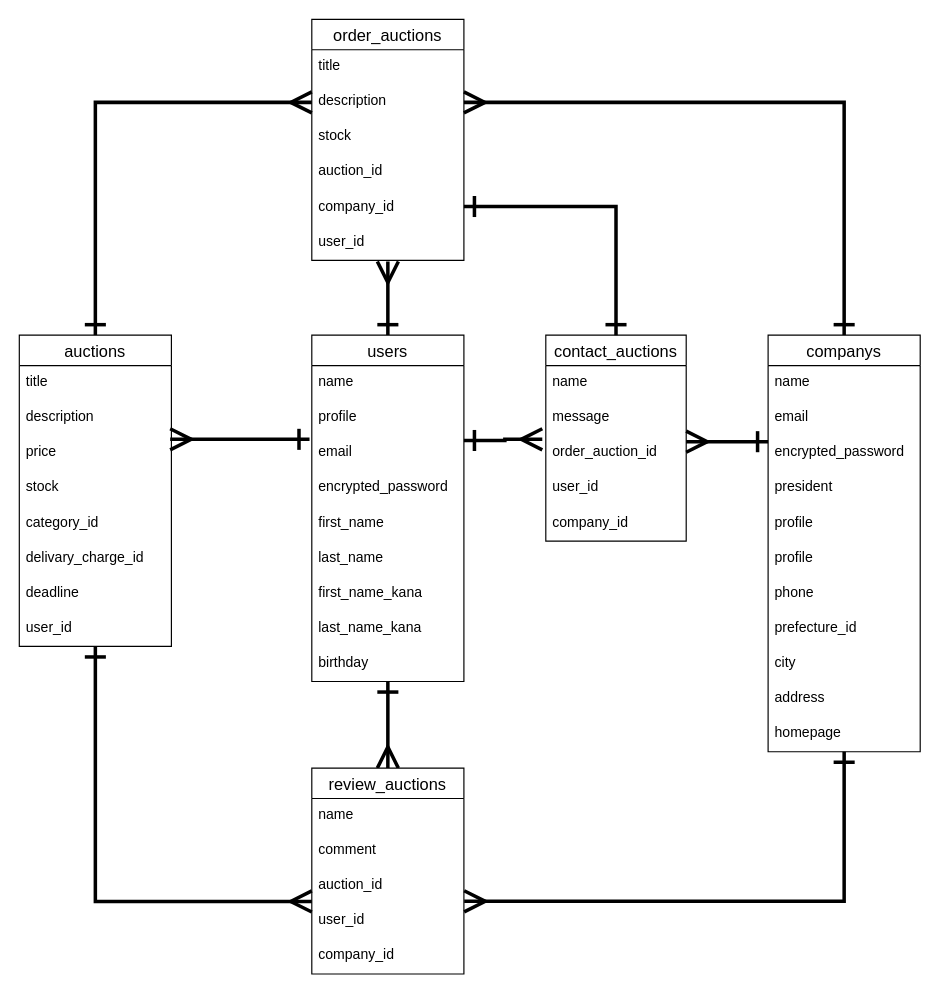
Earlier version of the draw.io diagram DB_ER_Auction.dio (Sashimi0343/losstop). Source tidied: cells renumbered, new cells numbered last; positions are measured from the earlier drawing's top-left corner, leaving out a move shared by most shapes. Both pictures are drawn from the tidied source at 117%, with x=0, y=0 at pixel (19, 19).
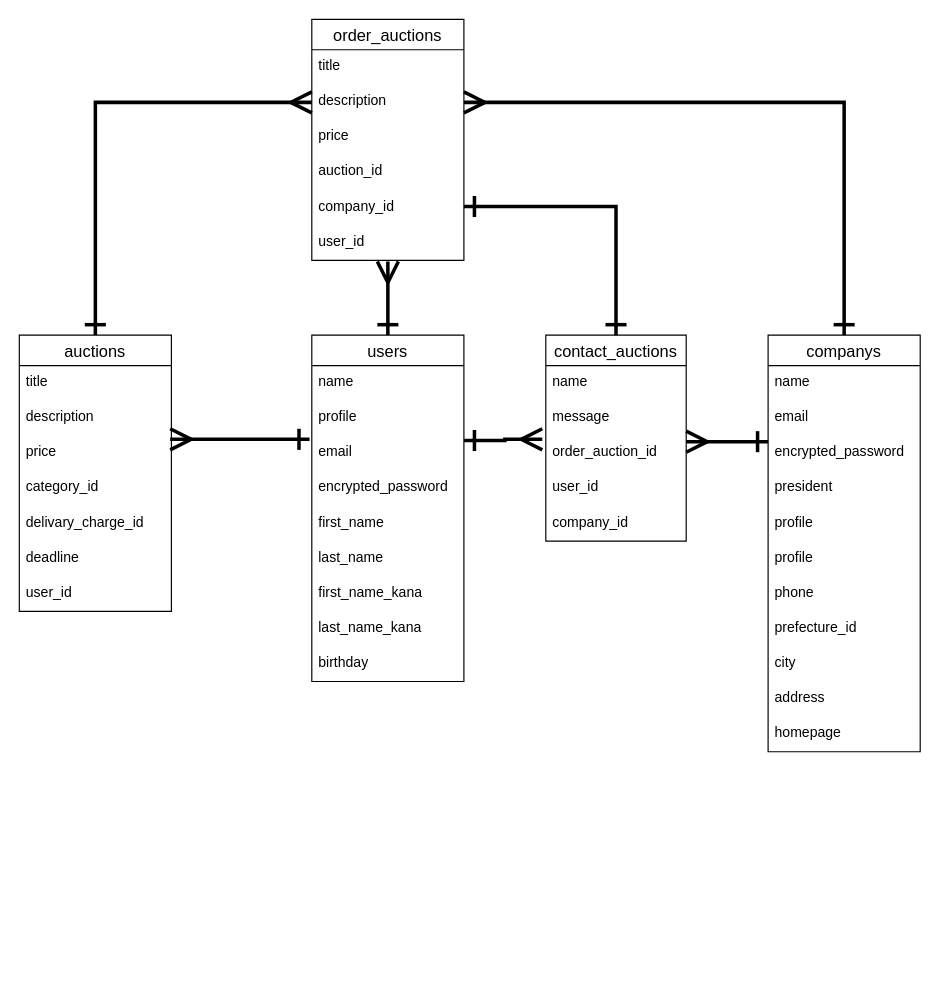
The same diagram, later.

Unchanged cells that the change refers to:
```xml
<mxCell id="4" value="companys" style="swimlane;fontStyle=0;horizontal=1;startSize=26;align=center;fontSize=14;" parent="1" vertex="1">
  <mxGeometry x="640" y="270" width="130" height="356" as="geometry" />
</mxCell>
<mxCell id="24" value="users" style="swimlane;fontStyle=0;horizontal=1;startSize=26;align=center;fontSize=14;" parent="1" vertex="1">
  <mxGeometry x="250" y="270" width="130" height="296" as="geometry" />
</mxCell>
<mxCell id="41" value="order_auctions" style="swimlane;fontStyle=0;horizontal=1;startSize=26;align=center;fontSize=14;" parent="1" vertex="1">
  <mxGeometry x="250" width="130" height="206" as="geometry" />
</mxCell>
```

Diff of the diagram source:
```diff
@@
-    <mxCell id="3" style="edgeStyle=orthogonalEdgeStyle;rounded=0;jettySize=auto;html=1;entryX=1.002;entryY=-0.071;entryDx=0;entryDy=0;entryPerimeter=0;startArrow=ERone;startFill=0;startSize=14;endArrow=ERmany;endFill=0;endSize=14;strokeWidth=3;" parent="1" edge="1" source="4" target="38">
-      <mxGeometry relative="1" as="geometry" />
-    </mxCell>
@@
-    <mxCell id="22" style="edgeStyle=orthogonalEdgeStyle;rounded=0;jettySize=auto;html=1;entryX=0.5;entryY=0;entryDx=0;entryDy=0;startArrow=ERone;startFill=0;startSize=14;endArrow=ERmany;endFill=0;endSize=14;strokeWidth=3;" parent="1" edge="1" source="24" target="34">
-      <mxGeometry relative="1" as="geometry" />
-    </mxCell>
@@
-    <mxCell id="34" value="review_auctions" style="swimlane;fontStyle=0;horizontal=1;startSize=26;align=center;fontSize=14;" parent="1" vertex="1">
-      <mxGeometry x="250" y="640" width="130" height="176" as="geometry" />
-    </mxCell>
-    <mxCell id="35" value="name" style="text;strokeColor=none;fillColor=none;spacingLeft=4;spacingRight=4;overflow=hidden;fontSize=12;" parent="34" vertex="1">
-      <mxGeometry y="26" width="130" height="30" as="geometry" />
-    </mxCell>
-    <mxCell id="36" value="comment" style="text;strokeColor=none;fillColor=none;spacingLeft=4;spacingRight=4;overflow=hidden;fontSize=12;" parent="34" vertex="1">
-      <mxGeometry y="56" width="130" height="30" as="geometry" />
-    </mxCell>
-    <mxCell id="37" value="auction_id" style="text;strokeColor=none;fillColor=none;spacingLeft=4;spacingRight=4;overflow=hidden;fontSize=12;" parent="34" vertex="1">
-      <mxGeometry y="86" width="130" height="30" as="geometry" />
-    </mxCell>
-    <mxCell id="38" value="user_id" style="text;strokeColor=none;fillColor=none;spacingLeft=4;spacingRight=4;overflow=hidden;points=[[0,0.5],[1,0.5]];portConstraint=eastwest;fontSize=12;" parent="34" vertex="1">
-      <mxGeometry y="116" width="130" height="30" as="geometry" />
-    </mxCell>
-    <mxCell id="39" value="company_id" style="text;strokeColor=none;fillColor=none;spacingLeft=4;spacingRight=4;overflow=hidden;fontSize=12;" parent="34" vertex="1">
-      <mxGeometry y="146" width="130" height="30" as="geometry" />
-    </mxCell>
@@
-    <mxCell id="44" value="stock" style="text;strokeColor=none;fillColor=none;spacingLeft=4;spacingRight=4;overflow=hidden;fontSize=12;" parent="41" vertex="1">
+    <mxCell id="44" value="price" style="text;strokeColor=none;fillColor=none;spacingLeft=4;spacingRight=4;overflow=hidden;fontSize=12;" parent="41" vertex="1">
       <mxGeometry y="86" width="130" height="30" as="geometry" />
     </mxCell>
@@
-    <mxCell id="49" style="edgeStyle=orthogonalEdgeStyle;rounded=0;jettySize=auto;html=1;entryX=0;entryY=-0.067;entryDx=0;entryDy=0;entryPerimeter=0;startArrow=ERone;startFill=0;startSize=14;endArrow=ERmany;endFill=0;endSize=14;strokeWidth=3;" parent="1" edge="1" source="50" target="38">
-      <mxGeometry relative="1" as="geometry" />
-    </mxCell>
     <mxCell id="50" value="auctions" style="swimlane;fontStyle=0;horizontal=1;startSize=26;align=center;fontSize=14;" parent="1" vertex="1">
-      <mxGeometry y="270" width="130" height="266" as="geometry" />
+      <mxGeometry y="270" width="130" height="236" as="geometry" />
     </mxCell>
@@
-    <mxCell id="54" value="stock" style="text;strokeColor=none;fillColor=none;spacingLeft=4;spacingRight=4;overflow=hidden;fontSize=12;" parent="50" vertex="1">
-      <mxGeometry y="116" width="130" height="30" as="geometry" />
-    </mxCell>
     <mxCell id="55" value="category_id" style="text;strokeColor=none;fillColor=none;spacingLeft=4;spacingRight=4;overflow=hidden;fontSize=12;" parent="50" vertex="1">
-      <mxGeometry y="146" width="130" height="30" as="geometry" />
+      <mxGeometry y="116" width="130" height="30" as="geometry" />
     </mxCell>
     <mxCell id="56" value="delivary_charge_id" style="text;strokeColor=none;fillColor=none;spacingLeft=4;spacingRight=4;overflow=hidden;fontSize=12;" parent="50" vertex="1">
-      <mxGeometry y="176" width="130" height="30" as="geometry" />
+      <mxGeometry y="146" width="130" height="30" as="geometry" />
     </mxCell>
     <mxCell id="57" value="deadline" style="text;strokeColor=none;fillColor=none;spacingLeft=4;spacingRight=4;overflow=hidden;fontSize=12;" parent="50" vertex="1">
-      <mxGeometry y="206" width="130" height="30" as="geometry" />
+      <mxGeometry y="176" width="130" height="30" as="geometry" />
     </mxCell>
     <mxCell id="58" value="user_id" style="text;strokeColor=none;fillColor=none;spacingLeft=4;spacingRight=4;overflow=hidden;fontSize=12;" parent="50" vertex="1">
-      <mxGeometry y="236" width="130" height="30" as="geometry" />
+      <mxGeometry y="206" width="130" height="30" as="geometry" />
     </mxCell>
```
